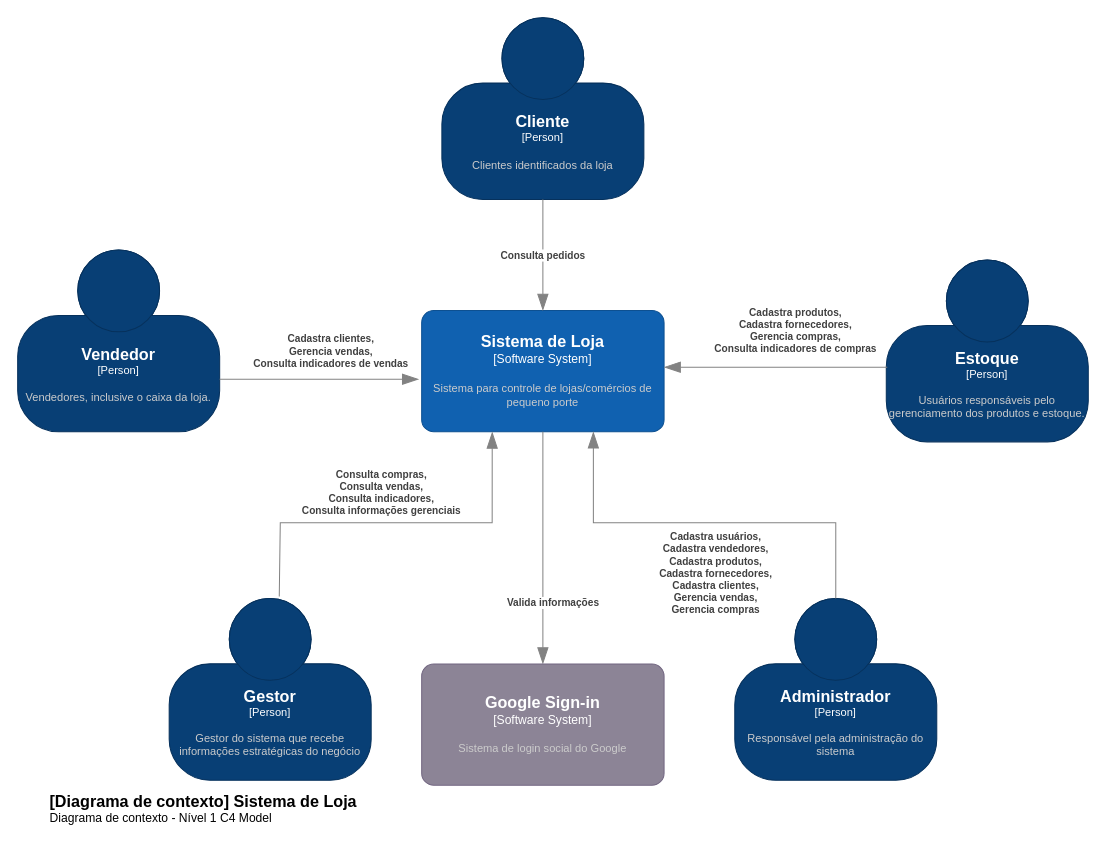
Above: page "Nível 1 - Contexto" (1 of 4) of projeto/documentacao/C4Model.drawio in adjamirgalvao/pucminas (draw.io), before the change. Source tidied: cells renumbered, new cells numbered last; positions are measured from the earlier drawing's top-left corner, leaving out a move shared by most shapes. Both pictures are drawn from the tidied source at 101%, with x=0, y=0 at pixel (17, 17).
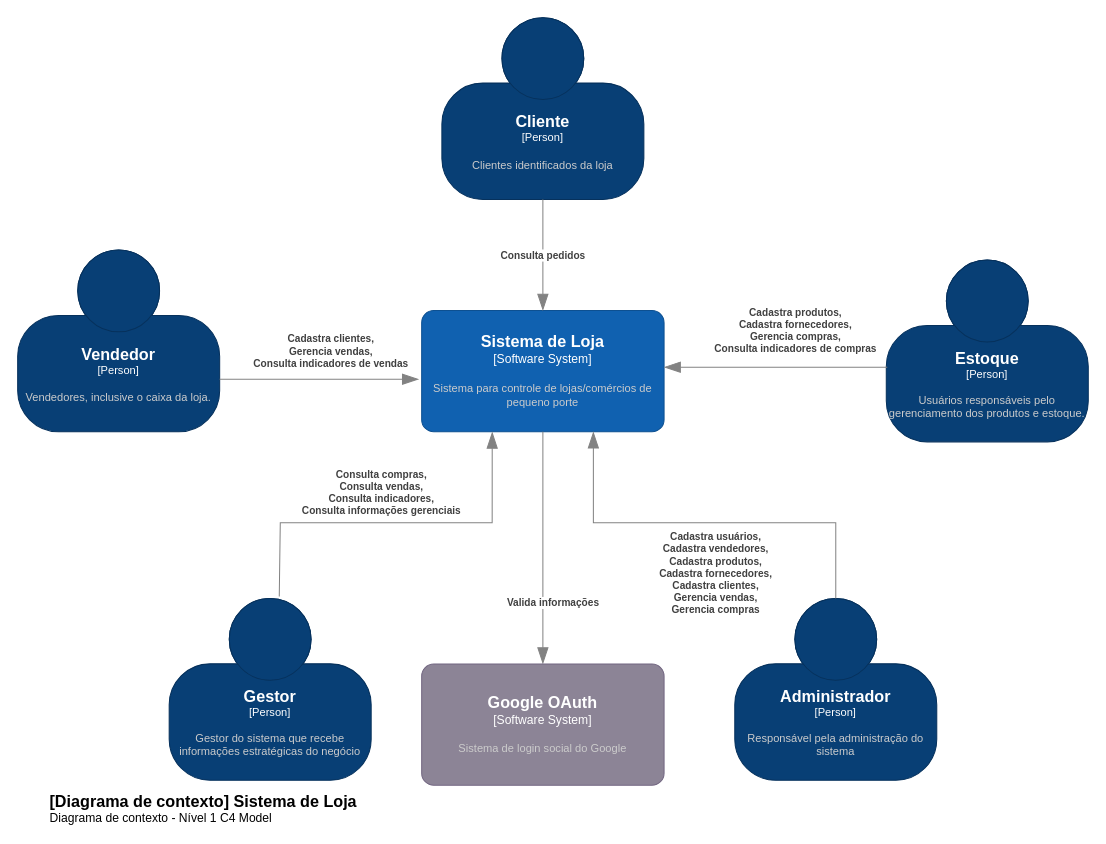
Above is the later version.

Commit message (it also covers changes not shown here):
corrigindo diagramas do c4 model (trocando google sign-in por google oauth)

What changed in the source:
```diff
@@
-    <object id="15" label="&lt;font style=&quot;font-size: 16px&quot;&gt;&lt;b&gt;%c4Name%&lt;/b&gt;&lt;/font&gt;&lt;div&gt;[%c4Type%]&lt;/div&gt;&lt;br&gt;&lt;div&gt;&lt;font style=&quot;font-size: 11px&quot;&gt;&lt;font color=&quot;#cccccc&quot;&gt;%c4Description%&lt;/font&gt;&lt;/div&gt;" c4Description="Sistema de login social do Google" c4Name="Google Sign-in" c4Type="Software System" placeholders="1">
+    <object id="15" label="&lt;font style=&quot;font-size: 16px&quot;&gt;&lt;b&gt;%c4Name%&lt;/b&gt;&lt;/font&gt;&lt;div&gt;[%c4Type%]&lt;/div&gt;&lt;br&gt;&lt;div&gt;&lt;font style=&quot;font-size: 11px&quot;&gt;&lt;font color=&quot;#cccccc&quot;&gt;%c4Description%&lt;/font&gt;&lt;/div&gt;" c4Description="Sistema de login social do Google" c4Name="Google OAuth" c4Type="Software System" placeholders="1">
       <mxCell style="rounded=1;whiteSpace=wrap;html=1;labelBackgroundColor=none;fillColor=#8C8496;fontColor=#ffffff;align=center;arcSize=10;strokeColor=#736782;points=[[0.25,0,0],[0.5,0,0],[0.75,0,0],[1,0.25,0],[1,0.5,0],[1,0.75,0],[0.75,1,0],[0.5,1,0],[0.25,1,0],[0,0.75,0],[0,0.5,0],[0,0.25,0]];fontSize=12;" parent="1" vertex="1">
         <mxGeometry x="400" y="640" width="240" height="120" as="geometry" />
       </mxCell>
     </object>
```
